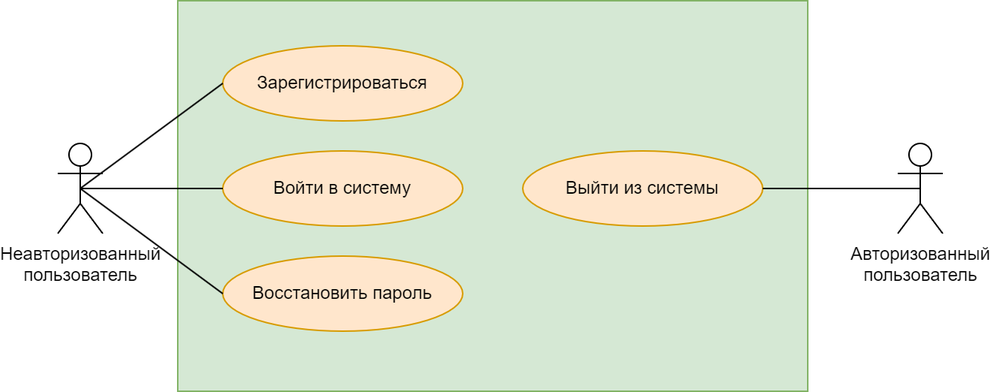
Before: use_case.png, a diagram exported from draw.io (aVorotnikov/micro_design). Source tidied: cells renumbered, new cells last; positions are measured from the earlier drawing's top-left corner, leaving out a move shared by most shapes.
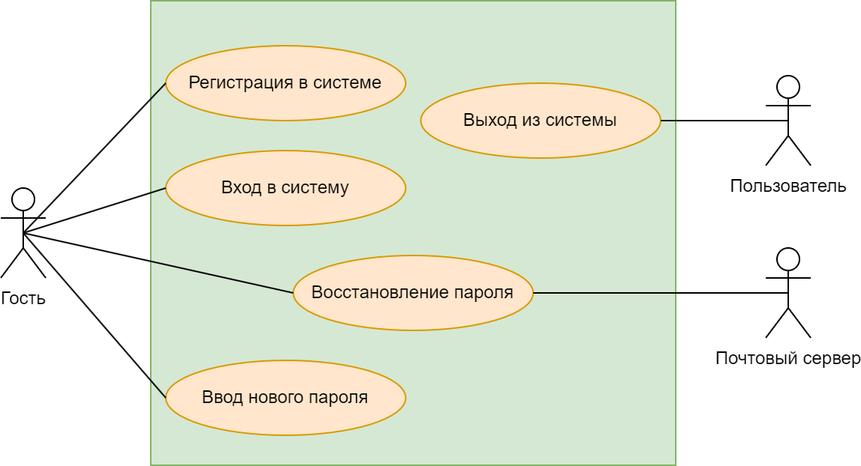
The same diagram one commit later.

Commit message:
Диаграмма деятельности исправлена по ревью

The edit, as a diff of the source:
```diff
@@ -3,25 +3,25 @@
     <mxCell id="0" />
     <mxCell id="1" parent="0" />
     <mxCell id="2" style="rounded=0;whiteSpace=wrap;html=1;fillColor=#d5e8d4;strokeColor=#82b366;" parent="1" vertex="1">
-      <mxGeometry x="80" width="420" height="260" as="geometry" />
+      <mxGeometry x="110" width="350" height="310" as="geometry" />
     </mxCell>
-    <mxCell id="3" value="Зарегистрироваться" style="ellipse;whiteSpace=wrap;html=1;fillColor=#ffe6cc;strokeColor=#d79b00;" parent="1" vertex="1">
-      <mxGeometry x="110" y="30" width="160" height="50" as="geometry" />
+    <mxCell id="3" value="Регистрация в системе" style="ellipse;whiteSpace=wrap;html=1;fillColor=#ffe6cc;strokeColor=#d79b00;" parent="1" vertex="1">
+      <mxGeometry x="120" y="30" width="160" height="50" as="geometry" />
     </mxCell>
-    <mxCell id="4" value="Войти в систему" style="ellipse;whiteSpace=wrap;html=1;fillColor=#ffe6cc;strokeColor=#d79b00;" parent="1" vertex="1">
-      <mxGeometry x="110" y="100" width="160" height="50" as="geometry" />
+    <mxCell id="4" value="Вход в систему" style="ellipse;whiteSpace=wrap;html=1;fillColor=#ffe6cc;strokeColor=#d79b00;" parent="1" vertex="1">
+      <mxGeometry x="120" y="100" width="160" height="50" as="geometry" />
     </mxCell>
-    <mxCell id="5" value="Восстановить пароль" style="ellipse;whiteSpace=wrap;html=1;fillColor=#ffe6cc;strokeColor=#d79b00;" parent="1" vertex="1">
-      <mxGeometry x="110" y="170" width="160" height="50" as="geometry" />
+    <mxCell id="5" value="Восстановление пароля" style="ellipse;whiteSpace=wrap;html=1;fillColor=#ffe6cc;strokeColor=#d79b00;" parent="1" vertex="1">
+      <mxGeometry x="205" y="170" width="160" height="50" as="geometry" />
     </mxCell>
-    <mxCell id="6" value="Неавторизованный&lt;br&gt;пользователь" style="shape=umlActor;verticalLabelPosition=bottom;verticalAlign=top;html=1;outlineConnect=0;" parent="1" vertex="1">
-      <mxGeometry y="95" width="30" height="60" as="geometry" />
+    <mxCell id="6" value="Гость" style="shape=umlActor;verticalLabelPosition=bottom;verticalAlign=top;html=1;outlineConnect=0;" parent="1" vertex="1">
+      <mxGeometry x="10" y="125" width="30" height="60" as="geometry" />
     </mxCell>
-    <mxCell id="7" value="Выйти из системы" style="ellipse;whiteSpace=wrap;html=1;fillColor=#ffe6cc;strokeColor=#d79b00;" parent="1" vertex="1">
-      <mxGeometry x="310" y="100" width="160" height="50" as="geometry" />
+    <mxCell id="7" value="Выход из системы" style="ellipse;whiteSpace=wrap;html=1;fillColor=#ffe6cc;strokeColor=#d79b00;" parent="1" vertex="1">
+      <mxGeometry x="290" y="55" width="160" height="50" as="geometry" />
     </mxCell>
-    <mxCell id="8" value="Авторизованный&lt;br&gt;пользователь" style="shape=umlActor;verticalLabelPosition=bottom;verticalAlign=top;html=1;outlineConnect=0;" parent="1" vertex="1">
-      <mxGeometry x="560" y="95" width="30" height="60" as="geometry" />
+    <mxCell id="8" value="Пользователь" style="shape=umlActor;verticalLabelPosition=bottom;verticalAlign=top;html=1;outlineConnect=0;" parent="1" vertex="1">
+      <mxGeometry x="520" y="50" width="30" height="60" as="geometry" />
     </mxCell>
     <mxCell id="9" style="endArrow=none;html=1;rounded=0;exitX=0.5;exitY=0.5;exitDx=0;exitDy=0;exitPerimeter=0;entryX=0;entryY=0.5;entryDx=0;entryDy=0;" parent="1" edge="1" source="6" target="3">
       <mxGeometry relative="1" as="geometry" />
@@ -35,5 +35,17 @@
     <mxCell id="12" style="endArrow=none;html=1;rounded=0;exitX=0.5;exitY=0.5;exitDx=0;exitDy=0;exitPerimeter=0;entryX=1;entryY=0.5;entryDx=0;entryDy=0;" parent="1" edge="1" source="8" target="7">
       <mxGeometry relative="1" as="geometry" />
     </mxCell>
+    <mxCell id="13" value="Ввод нового пароля" style="ellipse;whiteSpace=wrap;html=1;fillColor=#ffe6cc;strokeColor=#d79b00;" parent="1" vertex="1">
+      <mxGeometry x="120" y="240" width="160" height="50" as="geometry" />
+    </mxCell>
+    <mxCell id="14" style="endArrow=none;html=1;rounded=0;exitX=0.5;exitY=0.5;exitDx=0;exitDy=0;exitPerimeter=0;entryX=0;entryY=0.5;entryDx=0;entryDy=0;" parent="1" edge="1" source="6" target="13">
+      <mxGeometry relative="1" as="geometry" />
+    </mxCell>
+    <mxCell id="15" value="Почтовый сервер" style="shape=umlActor;verticalLabelPosition=bottom;verticalAlign=top;html=1;outlineConnect=0;" parent="1" vertex="1">
+      <mxGeometry x="520" y="165" width="30" height="60" as="geometry" />
+    </mxCell>
+    <mxCell id="16" style="endArrow=none;html=1;rounded=0;exitX=0.5;exitY=0.5;exitDx=0;exitDy=0;exitPerimeter=0;entryX=1;entryY=0.5;entryDx=0;entryDy=0;" parent="1" edge="1" source="15" target="5">
+      <mxGeometry relative="1" as="geometry" />
+    </mxCell>
   </root>
 </mxGraphModel>
```
